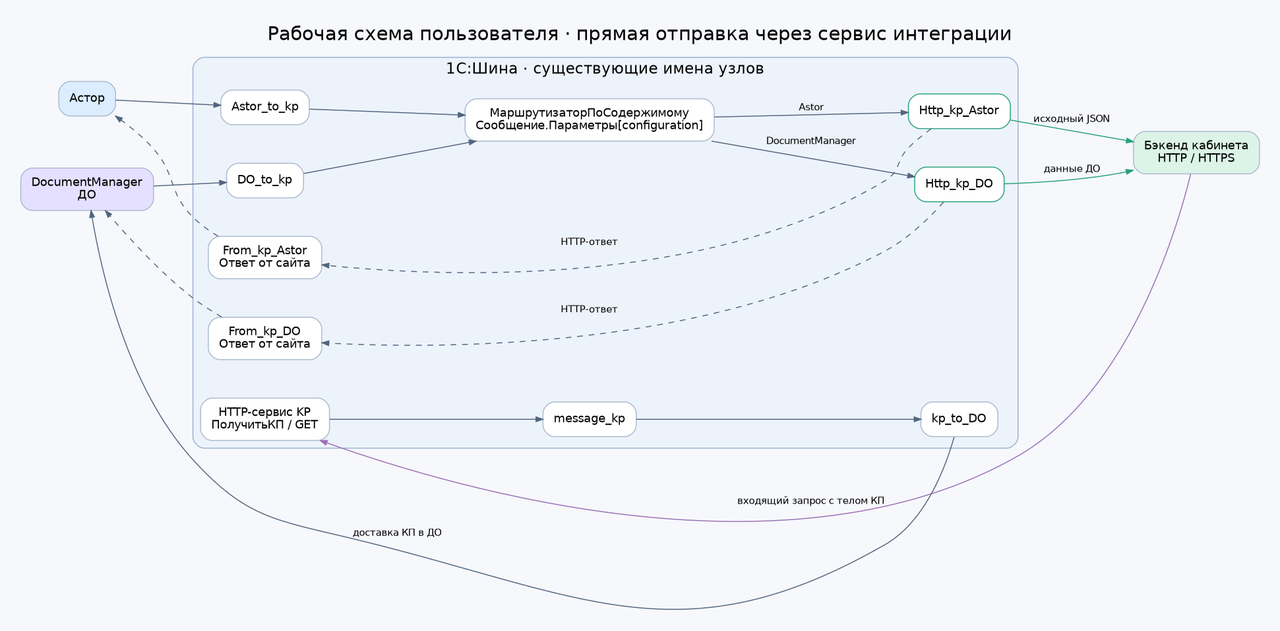
DEN97SE/react_project keeps this Graphviz diagram as onec/docs/http-scheme.png. Above is the earlier version. Its source is kept beside it as onec/docs/http-scheme.dot.
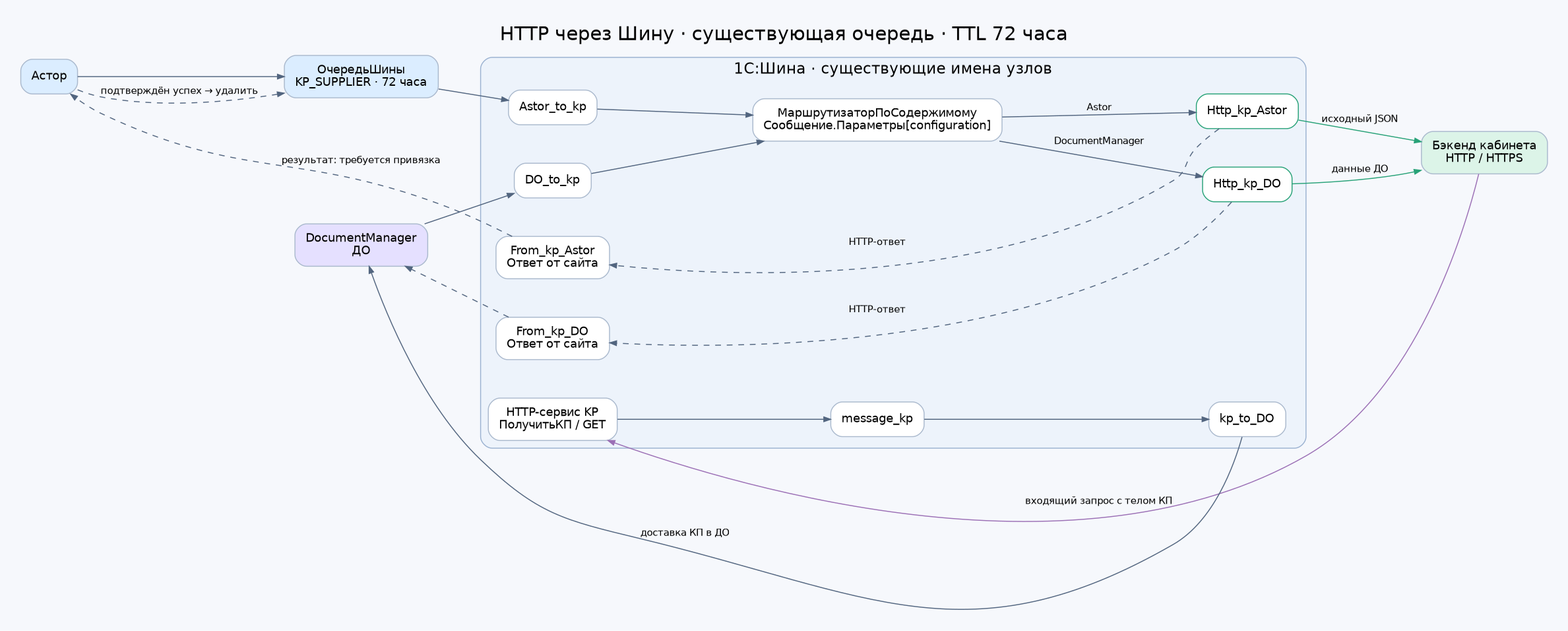
Later version of the same file.

What changed in the source:
```diff
@@ -1,8 +1,9 @@
 digraph HTTP_KP {
- graph [rankdir=LR, bgcolor="#f6f8fc", pad="0.3", nodesep="0.55", ranksep="0.65", fontname="DejaVu Sans", fontsize=20, labelloc=t, label="Рабочая схема пользователя · прямая отправка через сервис интеграции"];
+ graph [rankdir=LR, bgcolor="#f6f8fc", pad="0.3", nodesep="0.55", ranksep="0.65", fontname="DejaVu Sans", fontsize=20, labelloc=t, label="HTTP через Шину · существующая очередь · TTL 72 часа"];
  node [shape=box, style="rounded,filled", fillcolor=white, color="#aab9cd", fontname="DejaVu Sans", fontsize=12, margin="0.15,0.12"];
  edge [color="#52657f", arrowsize=0.7, fontname="DejaVu Sans", fontsize=10];
  A [label="Астор", fillcolor="#dbedff"];
+ Q [label="ОчередьШины\nKP_SUPPLIER · 72 часа", fillcolor="#dbedff"];
  D [label="DocumentManager\nДО", fillcolor="#e5e0ff"];
  B [label="Бэкенд кабинета\nHTTP / HTTPS", fillcolor="#dcf4e8"];
  subgraph cluster_bus {
@@ -18,7 +19,7 @@
   M [label="message_kp"];
   TD [label="kp_to_DO"];
  }
- A -> AK -> R;
+ A -> Q -> AK -> R;
  D -> DK -> R;
  R -> HA [label="Astor"];
  R -> HD [label="DocumentManager"];
@@ -26,7 +27,8 @@
  HD -> B [label="данные ДО",color="#28a278"];
  HA -> RA [label="HTTP-ответ",style=dashed,constraint=false];
  HD -> RD [label="HTTP-ответ",style=dashed,constraint=false];
- RA -> A [style=dashed,constraint=false];
+ RA -> A [label="результат: требуется привязка",style=dashed,constraint=false];
+ A -> Q [label="подтверждён успех → удалить",style=dashed,constraint=false];
  RD -> D [style=dashed,constraint=false];
  B -> KP [label="входящий запрос с телом КП",constraint=false,color="#9b6fb5"];
  KP -> M -> TD;
```
